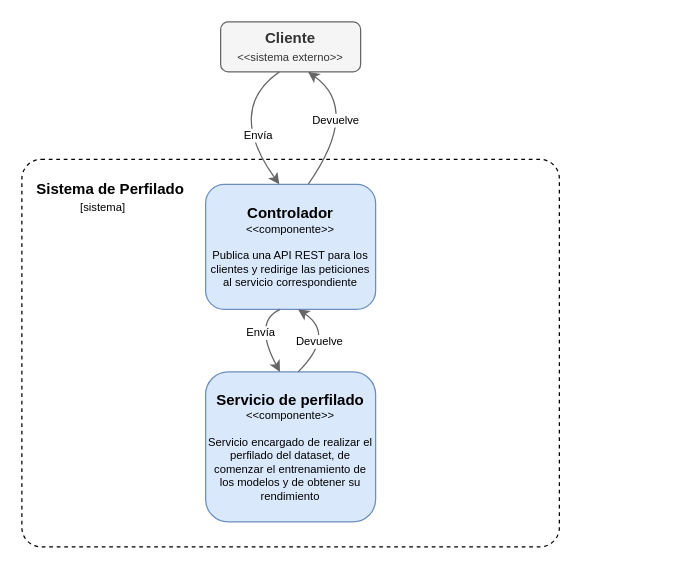
This is memoria/diagramas/arquitectura_contenedor.drawio from daavidrgz/ai-profiler, a draw.io file, before an edit. Source tidied: cells renumbered, new cells numbered last; positions are measured from the earlier drawing's top-left corner, leaving out a move shared by most shapes. Both pictures are drawn from the tidied source at 125%, with x=0, y=0 at pixel (21, 21).
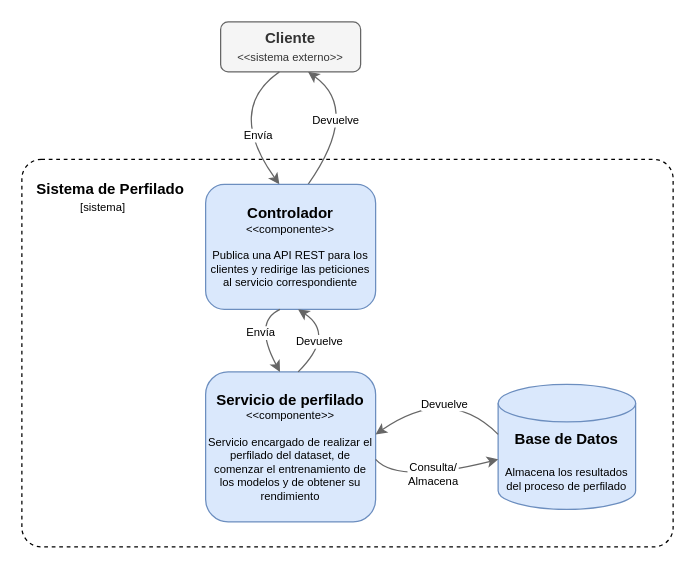
After the change.

Diff of the diagram source:
```diff
@@
     <mxCell id="3" value="&lt;div&gt;&lt;b&gt;Sistema de Perfilado&lt;/b&gt;&lt;br&gt;&lt;/div&gt;&lt;div&gt;&lt;font style=&quot;font-size: 9px;&quot;&gt;&amp;nbsp;&amp;nbsp;&amp;nbsp;&amp;nbsp;&amp;nbsp;&amp;nbsp;&amp;nbsp;&amp;nbsp;&amp;nbsp;&amp;nbsp;&amp;nbsp;&amp;nbsp;&amp;nbsp; [sistema]&lt;/font&gt;&lt;br&gt;&lt;/div&gt;" style="rounded=1;whiteSpace=wrap;html=1;dashed=1;labelPosition=center;verticalLabelPosition=middle;align=left;verticalAlign=top;horizontal=1;spacingLeft=10;spacingTop=10;arcSize=5;" parent="1" vertex="1">
-      <mxGeometry y="110" width="430" height="310" as="geometry" />
+      <mxGeometry y="110" width="521" height="310" as="geometry" />
     </mxCell>
@@
+    <mxCell id="10" value="&lt;div&gt;&lt;b&gt;Base de Datos&lt;br&gt;&lt;/b&gt;&lt;/div&gt;&lt;div&gt;&lt;b&gt;&lt;br&gt;&lt;/b&gt;&lt;/div&gt;&lt;div style=&quot;font-size: 9px;&quot;&gt;Almacena los resultados del proceso de perfilado&lt;b&gt;&lt;br&gt;&lt;/b&gt;&lt;/div&gt;" style="shape=cylinder3;whiteSpace=wrap;html=1;boundedLbl=1;backgroundOutline=1;size=15;fillColor=#dae8fc;strokeColor=#6c8ebf;horizontal=1;verticalAlign=top;shadow=0;comic=0;enumerate=0;" parent="1" vertex="1">
+      <mxGeometry x="381" y="290" width="110" height="100" as="geometry" />
+    </mxCell>
+    <mxCell id="11" value="&lt;div&gt;Consulta/&lt;/div&gt;&lt;div&gt;Almacena&lt;/div&gt;" style="endArrow=classic;html=1;exitX=1;exitY=0.5;exitDx=0;exitDy=0;fontSize=9;labelPosition=center;verticalLabelPosition=middle;align=center;verticalAlign=middle;fillColor=#f5f5f5;strokeColor=#666666;curved=1;entryX=0;entryY=0.5;entryDx=0;entryDy=0;entryPerimeter=0;" parent="1" edge="1">
+      <mxGeometry x="0.02" y="1" relative="1" as="geometry">
+        <mxPoint x="283" y="350" as="sourcePoint" />
+        <mxPoint x="381" y="350" as="targetPoint" />
+        <Array as="points">
+          <mxPoint x="301" y="370" />
+        </Array>
+      </mxGeometry>
+    </mxCell>
+    <mxCell id="12" value="Devuelve" style="endArrow=classic;html=1;exitX=0;exitY=0.5;exitDx=0;exitDy=0;entryX=1;entryY=0.5;entryDx=0;entryDy=0;fontSize=9;labelPosition=center;verticalLabelPosition=middle;align=center;verticalAlign=middle;fillColor=#f5f5f5;strokeColor=#666666;curved=1;exitPerimeter=0;" parent="1" edge="1">
+      <mxGeometry x="0.07" y="12" relative="1" as="geometry">
+        <mxPoint x="381" y="330" as="sourcePoint" />
+        <mxPoint x="283" y="330" as="targetPoint" />
+        <Array as="points">
+          <mxPoint x="341" y="290" />
+        </Array>
+      </mxGeometry>
+    </mxCell>
```
